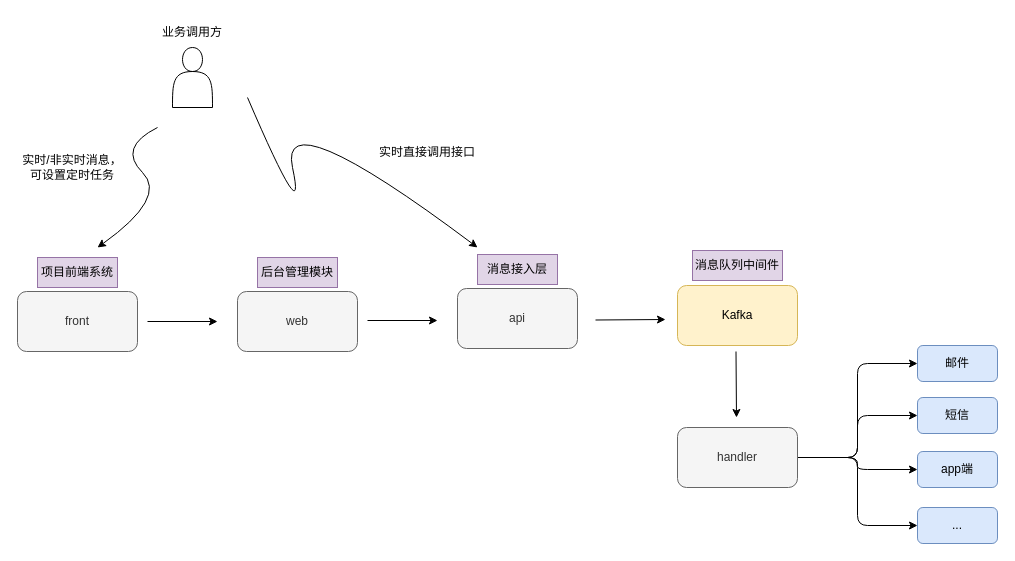
This is draw.io/系统架构图.drawio from KeatonLi/pictures, a draw.io file, before an edit. Source tidied: cells renumbered, new cells numbered last; positions are measured from the earlier drawing's top-left corner, leaving out a move shared by most shapes. Both pictures are drawn from the tidied source at 100%, with x=0, y=0 at pixel (17, 17).
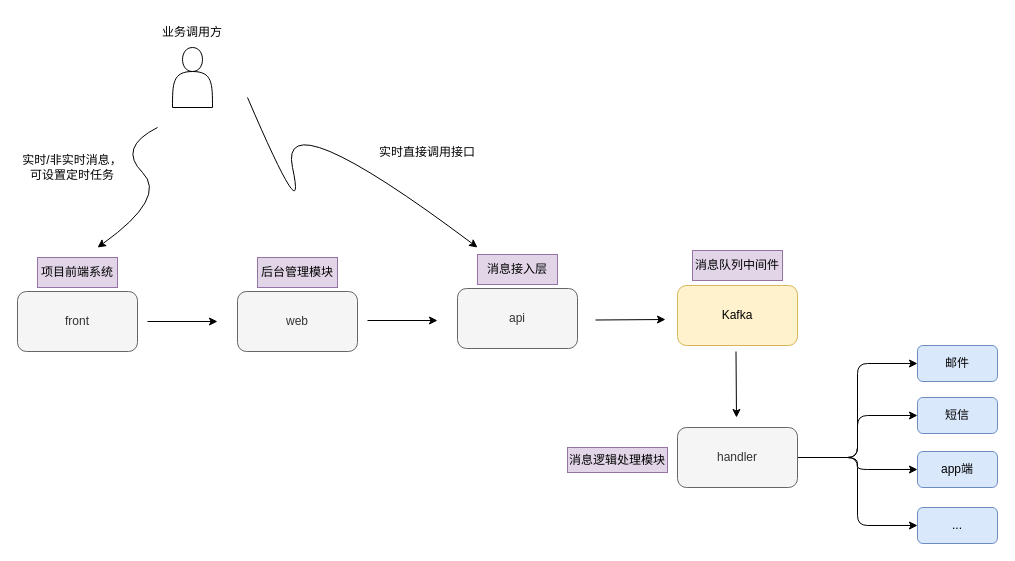
After the change.

Commit message (it also covers changes not shown here):
更新系统架构图.drawio

What changed in the source:
```diff
@@
+    <mxCell id="30" value="消息逻辑处理模块" style="text;html=1;align=center;verticalAlign=middle;whiteSpace=wrap;rounded=0;fillColor=#e1d5e7;strokeColor=#9673a6;" parent="1" vertex="1">
+      <mxGeometry x="550" y="430" width="100" height="25" as="geometry" />
+    </mxCell>
```
